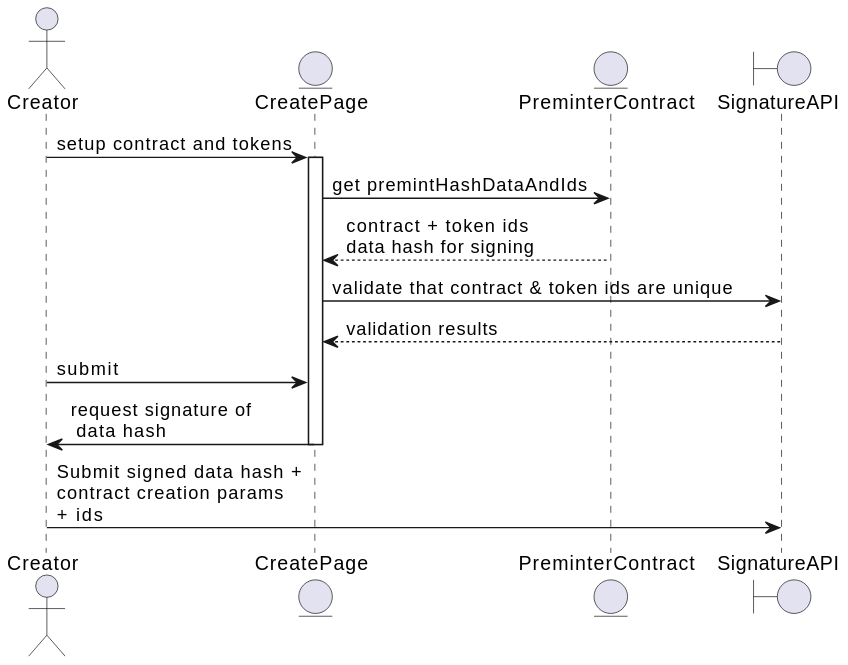
ourzora/zora-protocol keeps this PlantUML diagram as uml/generated/gasslessCreate-creation.svg. Above is the earlier version. The source it was exported from:
```plantuml
@startuml
actor Creator
entity CreatePage
entity PreminterContract
boundary SignatureAPI

Creator -> CreatePage: setup contract and tokens
activate CreatePage
CreatePage -> PreminterContract: get premintHashDataAndIds
PreminterContract --> CreatePage: contract + token ids\ndata hash for signing
CreatePage -> SignatureAPI: validate that contract & token ids are unique
SignatureAPI --> CreatePage: validation results
Creator -> CreatePage: submit
CreatePage -> Creator: request signature of\n data hash
deactivate CreatePage
Creator -> SignatureAPI: Submit signed data hash +\ncontract creation params\n+ ids
@enduml
```
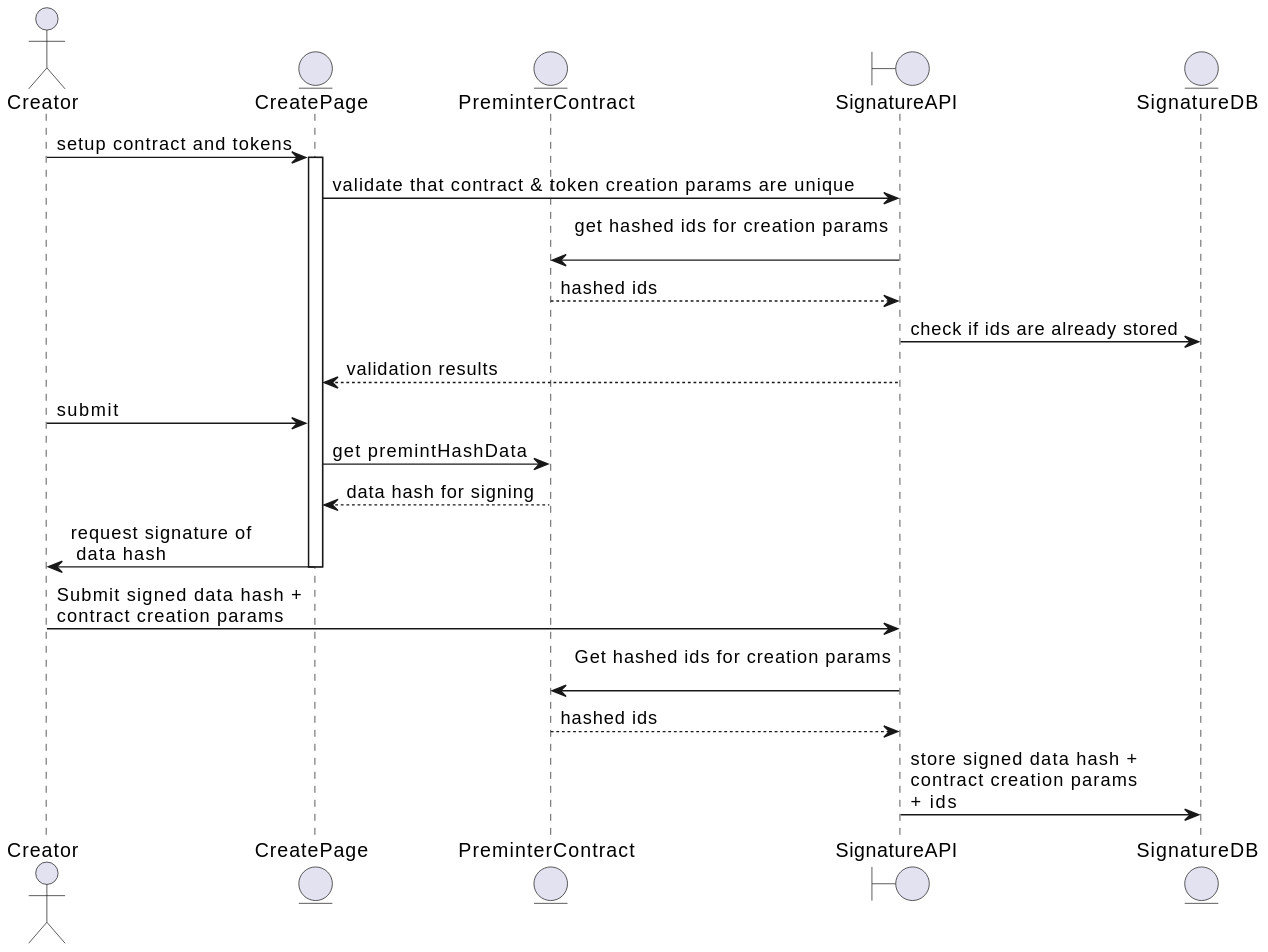
After the change.

What changed in the source:
```diff
@@ -3,15 +3,22 @@
 entity CreatePage
 entity PreminterContract
 boundary SignatureAPI
+entity SignatureDB
 
 Creator -> CreatePage: setup contract and tokens
 activate CreatePage
-CreatePage -> PreminterContract: get premintHashDataAndIds
-PreminterContract --> CreatePage: contract + token ids\ndata hash for signing
-CreatePage -> SignatureAPI: validate that contract & token ids are unique
+CreatePage -> SignatureAPI: validate that contract & token creation params are unique
+SignatureAPI -> PreminterContract: get hashed ids for creation params\n
+PreminterContract --> SignatureAPI: hashed ids
+SignatureAPI -> SignatureDB: check if ids are already stored
 SignatureAPI --> CreatePage: validation results
 Creator -> CreatePage: submit
+CreatePage -> PreminterContract: get premintHashData
+PreminterContract --> CreatePage: data hash for signing
 CreatePage -> Creator: request signature of\n data hash
 deactivate CreatePage
-Creator -> SignatureAPI: Submit signed data hash +\ncontract creation params\n+ ids
+Creator -> SignatureAPI: Submit signed data hash +\ncontract creation params
+SignatureAPI -> PreminterContract: Get hashed ids for creation params\n
+PreminterContract --> SignatureAPI: hashed ids
+SignatureAPI -> SignatureDB: store signed data hash +\ncontract creation params\n+ ids
 @enduml
```
